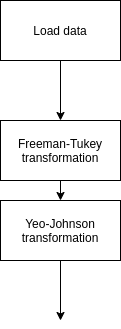
Before: figures/pca_data_driven_surrogate_signal_extraction_methods_for_dynamic_pet_methods_data_driven_surrogate_signal_extraction_input.png, a diagram exported from draw.io (ALEXJAZZ008008/upgrade). Source tidied: cells renumbered, new cells last; positions are measured from the earlier drawing's top-left corner, leaving out a move shared by most shapes. Source of this version:
```xml
<mxGraphModel>
  <root>
    <mxCell id="0" />
    <mxCell id="1" parent="0" />
    <mxCell id="2" value="Load data" style="rounded=0;whiteSpace=wrap;html=1;" parent="1" vertex="1">
      <mxGeometry width="120" height="60" as="geometry" />
    </mxCell>
    <mxCell id="3" value="Freeman-Tukey transformation" style="rounded=0;whiteSpace=wrap;html=1;" parent="1" vertex="1">
      <mxGeometry y="120" width="120" height="60" as="geometry" />
    </mxCell>
    <mxCell id="4" value="Yeo-Johnson&lt;br&gt;transformation" style="rounded=0;whiteSpace=wrap;html=1;" parent="1" vertex="1">
      <mxGeometry y="200" width="120" height="60" as="geometry" />
    </mxCell>
    <mxCell id="5" style="endArrow=classic;html=1;exitX=0.5;exitY=1;exitDx=0;exitDy=0;entryX=0.5;entryY=0;entryDx=0;entryDy=0;" parent="1" edge="1" source="2" target="3">
      <mxGeometry relative="1" as="geometry" />
    </mxCell>
    <mxCell id="6" style="endArrow=classic;html=1;exitX=0.5;exitY=1;exitDx=0;exitDy=0;entryX=0.5;entryY=0;entryDx=0;entryDy=0;" parent="1" edge="1" source="3" target="4">
      <mxGeometry relative="1" as="geometry" />
    </mxCell>
    <mxCell id="7" style="endArrow=classic;html=1;exitX=0.5;exitY=1;exitDx=0;exitDy=0;entryX=0.5;entryY=0;entryDx=0;entryDy=0;" parent="1" edge="1" source="4">
      <mxGeometry relative="1" as="geometry">
        <mxPoint x="60" y="320" as="targetPoint" />
      </mxGeometry>
    </mxCell>
  </root>
</mxGraphModel>
```
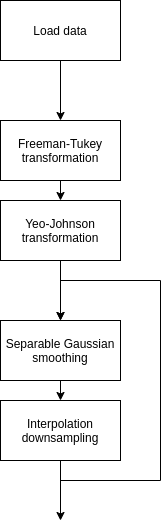
The same file after the commit.

What changed in the source:
```diff
@@ -22,5 +22,48 @@
         <mxPoint x="60" y="320" as="targetPoint" />
       </mxGeometry>
     </mxCell>
+    <mxCell id="8" value="Separable Gaussian smoothing" style="rounded=0;whiteSpace=wrap;html=1;" parent="1" vertex="1">
+      <mxGeometry y="320" width="120" height="60" as="geometry" />
+    </mxCell>
+    <mxCell id="9" value="Interpolation downsampling" style="rounded=0;whiteSpace=wrap;html=1;" parent="1" vertex="1">
+      <mxGeometry y="400" width="120" height="60" as="geometry" />
+    </mxCell>
+    <mxCell id="10" style="endArrow=classic;html=1;exitX=0.5;exitY=1;exitDx=0;exitDy=0;entryX=0.5;entryY=0;entryDx=0;entryDy=0;" parent="1" edge="1" source="8" target="9">
+      <mxGeometry relative="1" as="geometry" />
+    </mxCell>
+    <mxCell id="11" style="endArrow=classic;html=1;entryX=0.5;entryY=0;entryDx=0;entryDy=0;" parent="1" edge="1" target="8">
+      <mxGeometry relative="1" as="geometry">
+        <mxPoint x="60" y="280" as="sourcePoint" />
+      </mxGeometry>
+    </mxCell>
+    <mxCell id="12" style="endArrow=none;html=1;" parent="1" edge="1">
+      <mxGeometry relative="1" as="geometry">
+        <mxPoint x="60" y="280" as="sourcePoint" />
+        <mxPoint x="60" y="260" as="targetPoint" />
+      </mxGeometry>
+    </mxCell>
+    <mxCell id="13" style="endArrow=classic;html=1;exitX=0.5;exitY=1;exitDx=0;exitDy=0;" parent="1" edge="1" source="9">
+      <mxGeometry relative="1" as="geometry">
+        <mxPoint x="60" y="520" as="targetPoint" />
+      </mxGeometry>
+    </mxCell>
+    <mxCell id="14" style="endArrow=none;html=1;" parent="1" edge="1">
+      <mxGeometry relative="1" as="geometry">
+        <mxPoint x="60" y="280" as="sourcePoint" />
+        <mxPoint x="160" y="280" as="targetPoint" />
+      </mxGeometry>
+    </mxCell>
+    <mxCell id="15" style="endArrow=none;html=1;" parent="1" edge="1">
+      <mxGeometry relative="1" as="geometry">
+        <mxPoint x="160" y="480" as="sourcePoint" />
+        <mxPoint x="160" y="280" as="targetPoint" />
+      </mxGeometry>
+    </mxCell>
+    <mxCell id="16" style="endArrow=none;html=1;" parent="1" edge="1">
+      <mxGeometry relative="1" as="geometry">
+        <mxPoint x="160" y="480" as="sourcePoint" />
+        <mxPoint x="60" y="480" as="targetPoint" />
+      </mxGeometry>
+    </mxCell>
   </root>
 </mxGraphModel>
```
